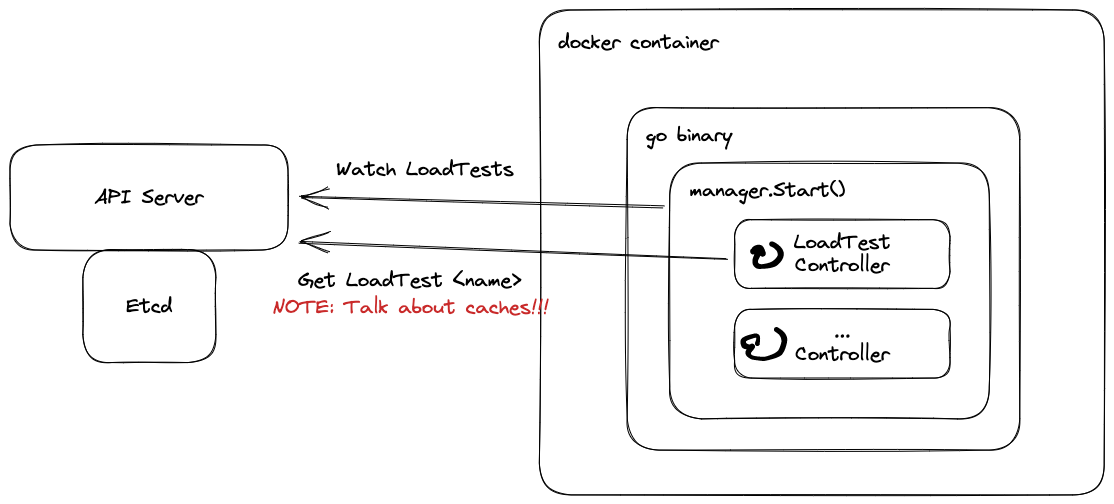
nstogner/k8s-controller-training-march-2023 keeps this Excalidraw diagram as go-load-test-controller/arch.excalidraw.png. Above is the earlier version. Source tidied: one line per element, renumbered; positions are measured from the earlier drawing's top-left corner, leaving out a move shared by most shapes. The source it was exported from:
```json
{"id": 0, "type": "rectangle", "strokeColor": "#000000", "strokeWidth": 1, "roughness": 1, "round": true, "x": 617, "y": 98, "width": 393, "height": 342}
{"id": 1, "type": "text", "text": "go binary", "strokeColor": "#000000", "strokeWidth": 1, "roughness": 1, "fontSize": 20, "fontFamily": 1, "x": 636, "y": 113, "width": 88, "height": 25}
{"id": 2, "type": "rectangle", "strokeColor": "#000000", "strokeWidth": 1, "roughness": 1, "round": true, "x": 660, "y": 153, "width": 319, "height": 256}
{"id": 3, "type": "text", "text": "manager.Start()", "strokeColor": "#000000", "strokeWidth": 1, "roughness": 1, "fontSize": 20, "fontFamily": 1, "x": 680, "y": 168, "width": 157, "height": 25}
{"id": 4, "type": "rectangle", "strokeColor": "#000000", "strokeWidth": 1, "roughness": 1, "round": true, "x": 725, "y": 210, "width": 215, "height": 69}
{"id": 5, "type": "text", "text": "LoadTest\nController", "strokeColor": "#000000", "strokeWidth": 1, "roughness": 1, "fontSize": 20, "fontFamily": 1, "textAlign": "center", "verticalAlign": "middle", "inside": 4, "x": 783, "y": 221, "width": 98, "height": 46}
{"id": 6, "type": "rectangle", "strokeColor": "#000000", "strokeWidth": 1, "roughness": 1, "round": true, "x": 725, "y": 299, "width": 215, "height": 69}
{"id": 7, "type": "text", "text": "...\nController", "strokeColor": "#000000", "strokeWidth": 1, "roughness": 1, "fontSize": 20, "fontFamily": 1, "textAlign": "center", "verticalAlign": "middle", "inside": 6, "x": 784, "y": 310, "width": 96, "height": 46}
{"id": 8, "type": "freedraw", "strokeColor": "#000000", "strokeWidth": 1, "roughness": 1, "x": 762, "y": 234, "width": 28, "height": 23, "points": [[0, 0], [1, 0], [2, 0], [4, 2], [7, 5], [9, 7], [9, 11], [9, 13], [7, 15], [4, 19], [0, 21], [-7, 22], [-13, 23], [-15, 22], [-16, 20], [-17, 15], [-16, 14], [-14, 10], [-14, 8], [-17, 7], [-18, 7], [-17, 5], [-16, 4], [-13, 3], [-11, 3], [-10, 6], [-9, 9], [-9, 10]]}
{"id": 9, "type": "freedraw", "strokeColor": "#000000", "strokeWidth": 1, "roughness": 1, "x": 766, "y": 320, "width": 42, "height": 30, "points": [[0, 0], [3, 1], [5, 4], [6, 5], [7, 7], [8, 12], [7, 17], [4, 22], [2, 25], [-12, 30], [-15, 30], [-25, 28], [-28, 27], [-29, 23], [-28, 22], [-26, 19], [-24, 17], [-31, 17], [-33, 17], [-34, 11], [-32, 9], [-19, 5], [-18, 6], [-18, 11], [-19, 13], [-19, 14]]}
{"id": 10, "type": "rectangle", "strokeColor": "#000000", "strokeWidth": 1, "roughness": 1, "round": true, "x": 529, "y": 0, "width": 565, "height": 485}
{"id": 11, "type": "text", "text": "docker container", "strokeColor": "#000000", "strokeWidth": 1, "roughness": 1, "fontSize": 20, "fontFamily": 1, "x": 549, "y": 20, "width": 162, "height": 25}
{"id": 12, "type": "rectangle", "strokeColor": "#000000", "strokeWidth": 1, "roughness": 1, "round": true, "x": 0, "y": 135, "width": 278, "height": 105}
{"id": 13, "type": "text", "text": "API Server", "strokeColor": "#000000", "strokeWidth": 1, "roughness": 1, "fontSize": 20, "fontFamily": 1, "textAlign": "center", "verticalAlign": "middle", "inside": 12, "x": 84, "y": 176, "width": 111, "height": 23}
{"id": 14, "type": "rectangle", "strokeColor": "#000000", "strokeWidth": 1, "roughness": 1, "round": true, "x": 73, "y": 240, "width": 133, "height": 113}
{"id": 15, "type": "text", "text": "Etcd", "strokeColor": "#000000", "strokeWidth": 1, "roughness": 1, "fontSize": 20, "fontFamily": 1, "textAlign": "center", "verticalAlign": "middle", "inside": 14, "x": 115, "y": 285, "width": 48, "height": 23}
{"id": 16, "type": "arrow", "strokeColor": "#000000", "strokeWidth": 1, "roughness": 1, "endArrowhead": "arrow", "round": true, "from": 2, "to": 12, "x": 654, "y": 197, "width": 364, "height": 10, "points": [[0, 0], [-364, -10]]}
{"id": 17, "type": "text", "text": "Watch LoadTests", "strokeColor": "#000000", "strokeWidth": 1, "roughness": 1, "fontSize": 20, "fontFamily": 1, "x": 327, "y": 147, "width": 179, "height": 25}
{"id": 18, "type": "arrow", "strokeColor": "#000000", "strokeWidth": 1, "roughness": 1, "endArrowhead": "arrow", "round": true, "from": 4, "to": 12, "x": 718, "y": 249, "width": 429, "height": 16, "points": [[0, 0], [-429, -16]]}
{"id": 19, "type": "text", "text": "Get LoadTest <name>", "strokeColor": "#000000", "strokeWidth": 1, "roughness": 1, "fontSize": 20, "fontFamily": 1, "x": 288, "y": 258, "width": 225, "height": 25}
{"id": 20, "type": "text", "text": "NOTE: Talk about caches!!!", "strokeColor": "#c92a2a", "strokeWidth": 1, "roughness": 1, "fontSize": 20, "fontFamily": 1, "x": 262, "y": 285, "width": 278, "height": 25}
```
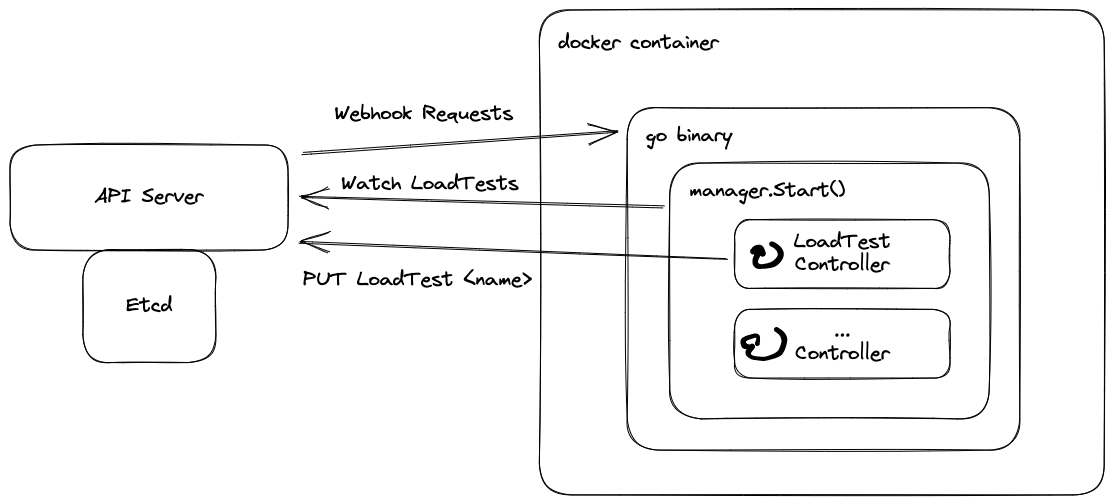
After the commit.

Diff of the diagram source:
```diff
@@ -15,7 +15,8 @@
 {"id": 14, "type": "rectangle", "strokeColor": "#000000", "strokeWidth": 1, "roughness": 1, "round": true, "x": 73, "y": 240, "width": 133, "height": 113}
 {"id": 15, "type": "text", "text": "Etcd", "strokeColor": "#000000", "strokeWidth": 1, "roughness": 1, "fontSize": 20, "fontFamily": 1, "textAlign": "center", "verticalAlign": "middle", "inside": 14, "x": 115, "y": 285, "width": 48, "height": 23}
 {"id": 16, "type": "arrow", "strokeColor": "#000000", "strokeWidth": 1, "roughness": 1, "endArrowhead": "arrow", "round": true, "from": 2, "to": 12, "x": 654, "y": 197, "width": 364, "height": 10, "points": [[0, 0], [-364, -10]]}
-{"id": 17, "type": "text", "text": "Watch LoadTests", "strokeColor": "#000000", "strokeWidth": 1, "roughness": 1, "fontSize": 20, "fontFamily": 1, "x": 327, "y": 147, "width": 179, "height": 25}
+{"id": 17, "type": "text", "text": "Watch LoadTests", "strokeColor": "#000000", "strokeWidth": 1, "roughness": 1, "fontSize": 20, "fontFamily": 1, "x": 332, "y": 161, "width": 179, "height": 25}
 {"id": 18, "type": "arrow", "strokeColor": "#000000", "strokeWidth": 1, "roughness": 1, "endArrowhead": "arrow", "round": true, "from": 4, "to": 12, "x": 718, "y": 249, "width": 429, "height": 16, "points": [[0, 0], [-429, -16]]}
-{"id": 19, "type": "text", "text": "Get LoadTest <name>", "strokeColor": "#000000", "strokeWidth": 1, "roughness": 1, "fontSize": 20, "fontFamily": 1, "x": 288, "y": 258, "width": 225, "height": 25}
+{"id": 19, "type": "text", "text": "PUT LoadTest <name>", "strokeColor": "#000000", "strokeWidth": 1, "roughness": 1, "fontSize": 20, "fontFamily": 1, "x": 293, "y": 257, "width": 231, "height": 25}
-{"id": 20, "type": "text", "text": "NOTE: Talk about caches!!!", "strokeColor": "#c92a2a", "strokeWidth": 1, "roughness": 1, "fontSize": 20, "fontFamily": 1, "x": 262, "y": 285, "width": 278, "height": 25}
+{"id": 21, "type": "arrow", "strokeColor": "#000000", "strokeWidth": 1, "roughness": 1, "endArrowhead": "arrow", "round": true, "from": 12, "to": 0, "x": 293, "y": 143, "width": 315, "height": 22, "points": [[0, 0], [315, -22]]}
+{"id": 22, "type": "text", "text": "Webhook Requests", "strokeColor": "#000000", "strokeWidth": 1, "roughness": 1, "fontSize": 20, "fontFamily": 1, "x": 325, "y": 91, "width": 181, "height": 25}
```
